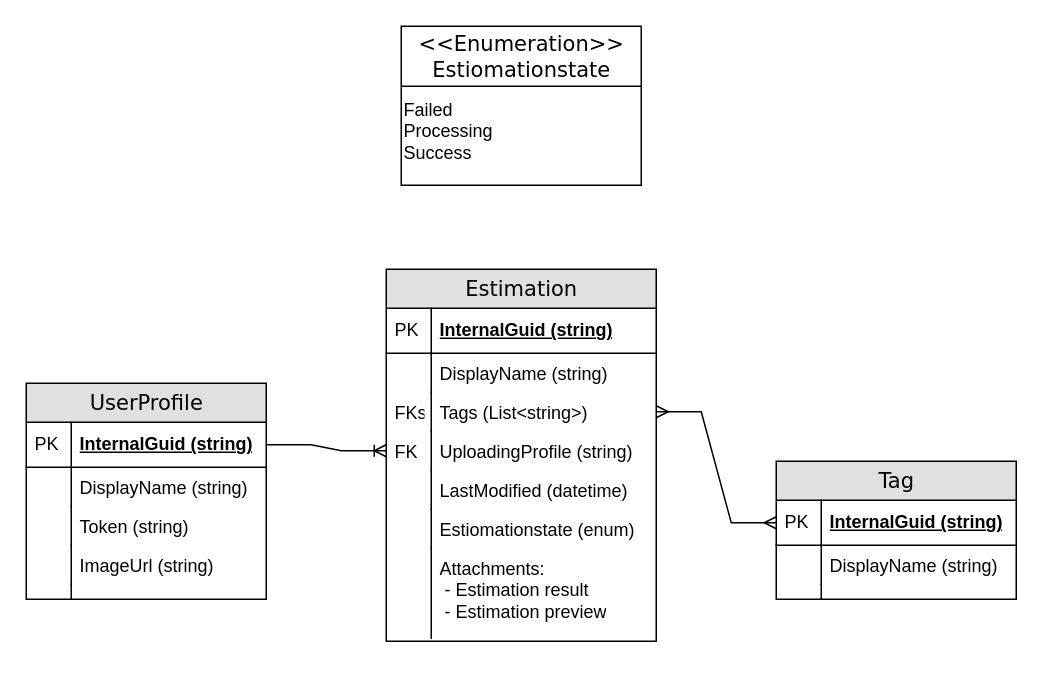
This is Docs/Draw.Io/DatabaseStructure.drawio from fierc3/poseify, a draw.io file, before an edit. Source tidied: cells renumbered, new cells numbered last; positions are measured from the earlier drawing's top-left corner, leaving out a move shared by most shapes. Both pictures are drawn from the tidied source at 150%, with x=0, y=0 at pixel (26, 26).
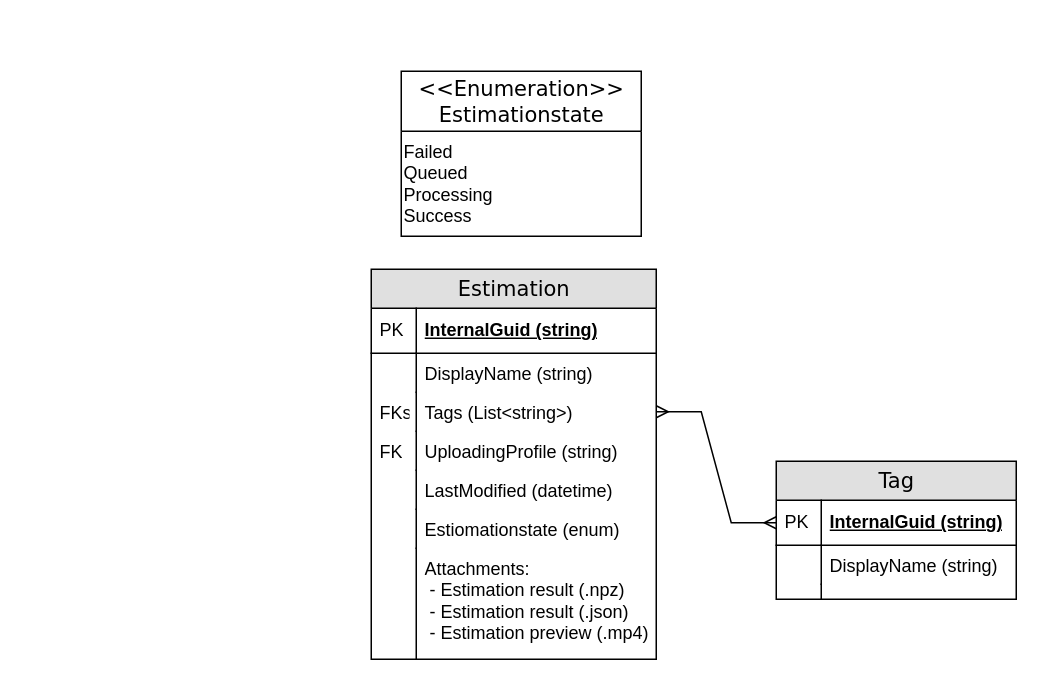
Above is the later version.

Commit message:
updated db structure diagram

add queued state
add .json estimation result attachment

Diff of the diagram source:
```diff
@@
     <mxCell id="9" value="Estimation" style="swimlane;html=1;fontStyle=0;horizontal=1;startSize=26;fillColor=#e0e0e0;swimlaneFillColor=#ffffff;align=center;rounded=0;shadow=0;comic=0;labelBackgroundColor=none;strokeWidth=1;fontFamily=Verdana;fontSize=14;" parent="1" vertex="1">
-      <mxGeometry x="240" y="162" width="180" height="248" as="geometry" />
+      <mxGeometry x="230" y="162" width="190" height="260" as="geometry" />
     </mxCell>
     <mxCell id="10" value="InternalGuid (string)" style="shape=partialRectangle;top=0;left=0;right=0;bottom=1;html=1;align=left;verticalAlign=middle;fillColor=none;spacingLeft=34;spacingRight=4;whiteSpace=wrap;overflow=hidden;fontStyle=5;" parent="9" vertex="1">
-      <mxGeometry y="26" width="180" height="30" as="geometry" />
+      <mxGeometry y="26" width="190" height="30" as="geometry" />
     </mxCell>
@@
     <mxCell id="12" value="DisplayName (string)" style="shape=partialRectangle;top=0;left=0;right=0;bottom=0;html=1;align=left;verticalAlign=top;fillColor=none;spacingLeft=34;spacingRight=4;whiteSpace=wrap;overflow=hidden;" parent="9" vertex="1">
-      <mxGeometry y="56" width="180" height="26" as="geometry" />
+      <mxGeometry y="56" width="190" height="26" as="geometry" />
     </mxCell>
@@
     <mxCell id="14" value="Tags (List&amp;lt;string&amp;gt;)" style="shape=partialRectangle;top=0;left=0;right=0;bottom=0;html=1;align=left;verticalAlign=top;fillColor=none;spacingLeft=34;spacingRight=4;whiteSpace=wrap;overflow=hidden;points=[[0,0.5],[1,0.5]];portConstraint=eastwest;" parent="9" vertex="1">
-      <mxGeometry y="82" width="180" height="26" as="geometry" />
+      <mxGeometry y="82" width="190" height="26" as="geometry" />
     </mxCell>
@@
     <mxCell id="16" value="UploadingProfile (string)" style="shape=partialRectangle;top=0;left=0;right=0;bottom=0;html=1;align=left;verticalAlign=top;fillColor=none;spacingLeft=34;spacingRight=4;whiteSpace=wrap;overflow=hidden;points=[[0,0.5],[1,0.5]];portConstraint=eastwest;" parent="9" vertex="1">
-      <mxGeometry y="108" width="180" height="26" as="geometry" />
+      <mxGeometry y="108" width="190" height="26" as="geometry" />
     </mxCell>
@@
     <mxCell id="18" value="LastModified (datetime)" style="shape=partialRectangle;top=0;left=0;right=0;bottom=0;html=1;align=left;verticalAlign=top;fillColor=none;spacingLeft=34;spacingRight=4;whiteSpace=wrap;overflow=hidden;" parent="9" vertex="1">
-      <mxGeometry y="134" width="180" height="26" as="geometry" />
+      <mxGeometry y="134" width="190" height="26" as="geometry" />
     </mxCell>
@@
     <mxCell id="20" value="Estiomationstate (enum)" style="shape=partialRectangle;top=0;left=0;right=0;bottom=0;html=1;align=left;verticalAlign=top;fillColor=none;spacingLeft=34;spacingRight=4;whiteSpace=wrap;overflow=hidden;" parent="9" vertex="1">
-      <mxGeometry y="160" width="180" height="26" as="geometry" />
+      <mxGeometry y="160" width="190" height="26" as="geometry" />
     </mxCell>
@@
-    <mxCell id="22" value="Attachments:&lt;br&gt;&amp;nbsp;- Estimation result&lt;br&gt;&amp;nbsp;- Estimation preview" style="shape=partialRectangle;top=0;left=0;right=0;bottom=0;html=1;align=left;verticalAlign=top;fillColor=none;spacingLeft=34;spacingRight=4;whiteSpace=wrap;overflow=hidden;" parent="9" vertex="1">
-      <mxGeometry y="186" width="180" height="60" as="geometry" />
+    <mxCell id="22" value="Attachments:&lt;br&gt;&amp;nbsp;- Estimation result (.npz)&lt;br&gt;&amp;nbsp;- Estimation result (.json)&lt;br&gt;&amp;nbsp;- Estimation preview (.mp4)" style="shape=partialRectangle;top=0;left=0;right=0;bottom=0;html=1;align=left;verticalAlign=top;fillColor=none;spacingLeft=34;spacingRight=4;whiteSpace=wrap;overflow=hidden;" parent="9" vertex="1">
+      <mxGeometry y="186" width="190" height="74" as="geometry" />
     </mxCell>
     <mxCell id="23" style="shape=partialRectangle;top=0;left=0;bottom=0;html=1;fillColor=none;align=left;verticalAlign=top;spacingLeft=4;spacingRight=4;whiteSpace=wrap;overflow=hidden;" parent="22" vertex="1">
-      <mxGeometry width="30" height="60" as="geometry" />
+      <mxGeometry width="30" height="74" as="geometry" />
     </mxCell>
-    <mxCell id="24" value="UserProfile" style="swimlane;html=1;fontStyle=0;horizontal=1;startSize=26;fillColor=#e0e0e0;swimlaneFillColor=#ffffff;align=center;rounded=0;shadow=0;comic=0;labelBackgroundColor=none;strokeWidth=1;fontFamily=Verdana;fontSize=14;" parent="1" vertex="1">
-      <mxGeometry y="238" width="160" height="144" as="geometry" />
-    </mxCell>
-    <mxCell id="25" value="InternalGuid (string)" style="shape=partialRectangle;top=0;left=0;right=0;bottom=1;html=1;align=left;verticalAlign=middle;fillColor=none;spacingLeft=34;spacingRight=4;whiteSpace=wrap;overflow=hidden;points=[[0,0.5],[1,0.5]];portConstraint=eastwest;fontStyle=5;" parent="24" vertex="1">
-      <mxGeometry y="26" width="160" height="30" as="geometry" />
-    </mxCell>
-    <mxCell id="26" value="PK" style="shape=partialRectangle;top=0;left=0;bottom=0;html=1;fillColor=none;align=left;verticalAlign=middle;spacingLeft=4;spacingRight=4;whiteSpace=wrap;overflow=hidden;" parent="25" vertex="1">
-      <mxGeometry width="30" height="30" as="geometry" />
-    </mxCell>
-    <mxCell id="27" value="DisplayName (string)" style="shape=partialRectangle;top=0;left=0;right=0;bottom=0;html=1;align=left;verticalAlign=top;fillColor=none;spacingLeft=34;spacingRight=4;whiteSpace=wrap;overflow=hidden;" parent="24" vertex="1">
-      <mxGeometry y="56" width="160" height="26" as="geometry" />
-    </mxCell>
-    <mxCell id="28" style="shape=partialRectangle;top=0;left=0;bottom=0;html=1;fillColor=none;align=left;verticalAlign=top;spacingLeft=4;spacingRight=4;whiteSpace=wrap;overflow=hidden;" parent="27" vertex="1">
-      <mxGeometry width="30" height="26" as="geometry" />
-    </mxCell>
-    <mxCell id="29" value="Token (string)" style="shape=partialRectangle;top=0;left=0;right=0;bottom=0;html=1;align=left;verticalAlign=top;fillColor=none;spacingLeft=34;spacingRight=4;whiteSpace=wrap;overflow=hidden;" parent="24" vertex="1">
-      <mxGeometry y="82" width="160" height="26" as="geometry" />
-    </mxCell>
-    <mxCell id="30" style="shape=partialRectangle;top=0;left=0;bottom=0;html=1;fillColor=none;align=left;verticalAlign=top;spacingLeft=4;spacingRight=4;whiteSpace=wrap;overflow=hidden;" parent="29" vertex="1">
-      <mxGeometry width="30" height="26" as="geometry" />
-    </mxCell>
-    <mxCell id="31" value="ImageUrl (string)" style="shape=partialRectangle;top=0;left=0;right=0;bottom=0;html=1;align=left;verticalAlign=top;fillColor=none;spacingLeft=34;spacingRight=4;whiteSpace=wrap;overflow=hidden;" parent="24" vertex="1">
-      <mxGeometry y="108" width="160" height="26" as="geometry" />
-    </mxCell>
-    <mxCell id="32" style="shape=partialRectangle;top=0;left=0;bottom=0;html=1;fillColor=none;align=left;verticalAlign=top;spacingLeft=4;spacingRight=4;whiteSpace=wrap;overflow=hidden;" parent="31" vertex="1">
-      <mxGeometry width="30" height="26" as="geometry" />
-    </mxCell>
-    <mxCell id="33" style="shape=partialRectangle;top=0;left=0;right=0;bottom=0;html=1;align=left;verticalAlign=top;fillColor=none;spacingLeft=34;spacingRight=4;whiteSpace=wrap;overflow=hidden;" parent="24" vertex="1">
-      <mxGeometry y="134" width="160" height="10" as="geometry" />
-    </mxCell>
-    <mxCell id="34" style="shape=partialRectangle;top=0;left=0;bottom=0;html=1;fillColor=none;align=left;verticalAlign=top;spacingLeft=4;spacingRight=4;whiteSpace=wrap;overflow=hidden;" parent="33" vertex="1">
-      <mxGeometry width="30" height="10" as="geometry" />
-    </mxCell>
-    <mxCell id="35" style="edgeStyle=entityRelationEdgeStyle;fontSize=12;html=1;endArrow=ERoneToMany;rounded=0;exitX=1;exitY=0.5;exitDx=0;exitDy=0;entryX=0;entryY=0.5;entryDx=0;entryDy=0;" parent="1" edge="1" source="25" target="16">
-      <mxGeometry relative="1" as="geometry" />
-    </mxCell>
@@
-    <mxCell id="37" value="&amp;lt;&amp;lt;Enumeration&amp;gt;&amp;gt;&lt;br&gt;Estiomationstate" style="swimlane;html=1;fontStyle=0;horizontal=1;startSize=40;fillColor=#FFFFFF;swimlaneFillColor=#ffffff;align=center;rounded=0;shadow=0;comic=0;labelBackgroundColor=none;strokeWidth=1;fontFamily=Verdana;fontSize=14;swimlaneLine=1;" parent="1" vertex="1">
-      <mxGeometry x="250" width="160" height="106" as="geometry" />
+    <mxCell id="37" value="&amp;lt;&amp;lt;Enumeration&amp;gt;&amp;gt;&lt;br&gt;Estimationstate" style="swimlane;html=1;fontStyle=0;horizontal=1;startSize=40;fillColor=#FFFFFF;swimlaneFillColor=#ffffff;align=center;rounded=0;shadow=0;comic=0;labelBackgroundColor=none;strokeWidth=1;fontFamily=Verdana;fontSize=14;swimlaneLine=1;" parent="1" vertex="1">
+      <mxGeometry x="250" y="30" width="160" height="110" as="geometry" />
     </mxCell>
-    <mxCell id="38" value="Failed&lt;br&gt;Processing&lt;br&gt;&lt;div style=&quot;&quot;&gt;&lt;span style=&quot;background-color: initial;&quot;&gt;Success&lt;/span&gt;&lt;/div&gt;" style="text;html=1;align=left;verticalAlign=middle;strokeColor=none;fillColor=none;" parent="37" vertex="1">
-      <mxGeometry y="40" width="160" height="60" as="geometry" />
+    <mxCell id="38" value="Failed&lt;br&gt;Queued&lt;br&gt;Processing&lt;br&gt;&lt;div style=&quot;&quot;&gt;&lt;span style=&quot;background-color: initial;&quot;&gt;Success&lt;/span&gt;&lt;/div&gt;" style="text;html=1;align=left;verticalAlign=middle;strokeColor=none;fillColor=none;" parent="37" vertex="1">
+      <mxGeometry y="40" width="160" height="70" as="geometry" />
     </mxCell>
```
